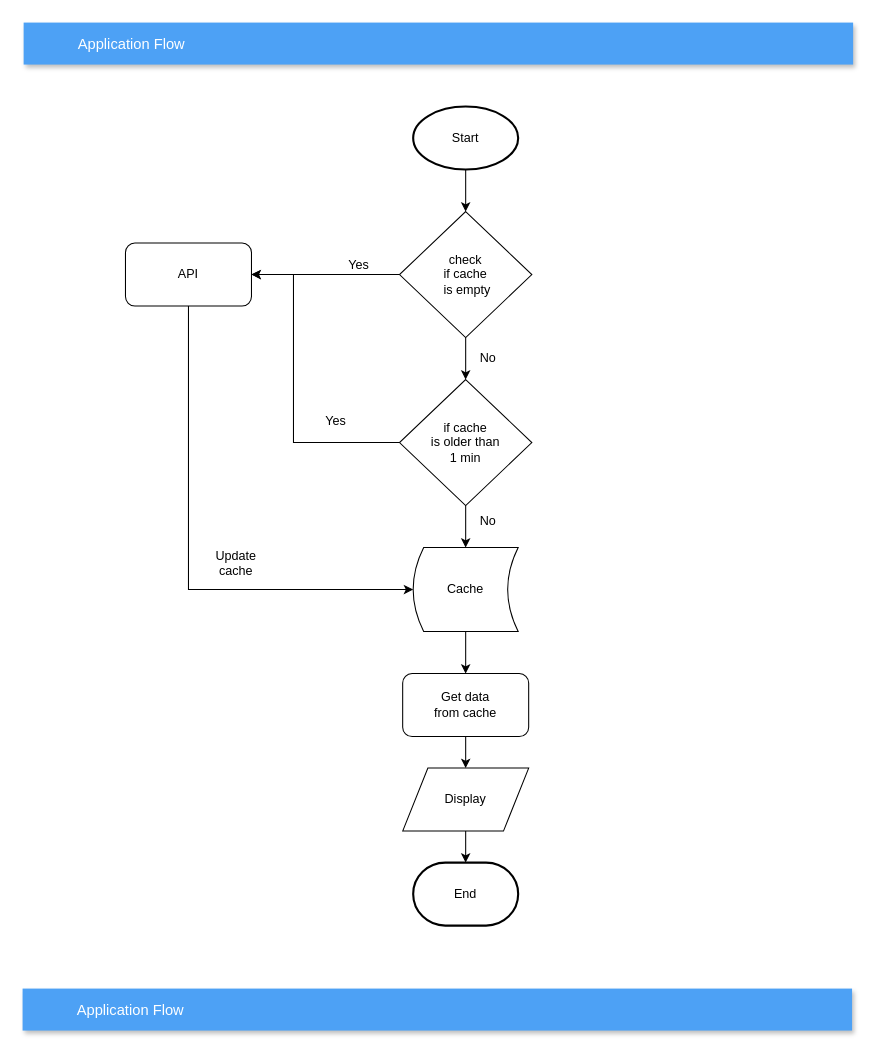
This is page "L2-Application_flow" (2 of 2) of system_architecture.drawio from sbsanjaybharti/ghibli_api, a draw.io file, before an edit. Source tidied: cells renumbered, new cells numbered last; positions are measured from the earlier drawing's top-left corner, leaving out a move shared by most shapes. Both pictures are drawn from the tidied source at 105%, with x=0, y=0 at pixel (22, 22).
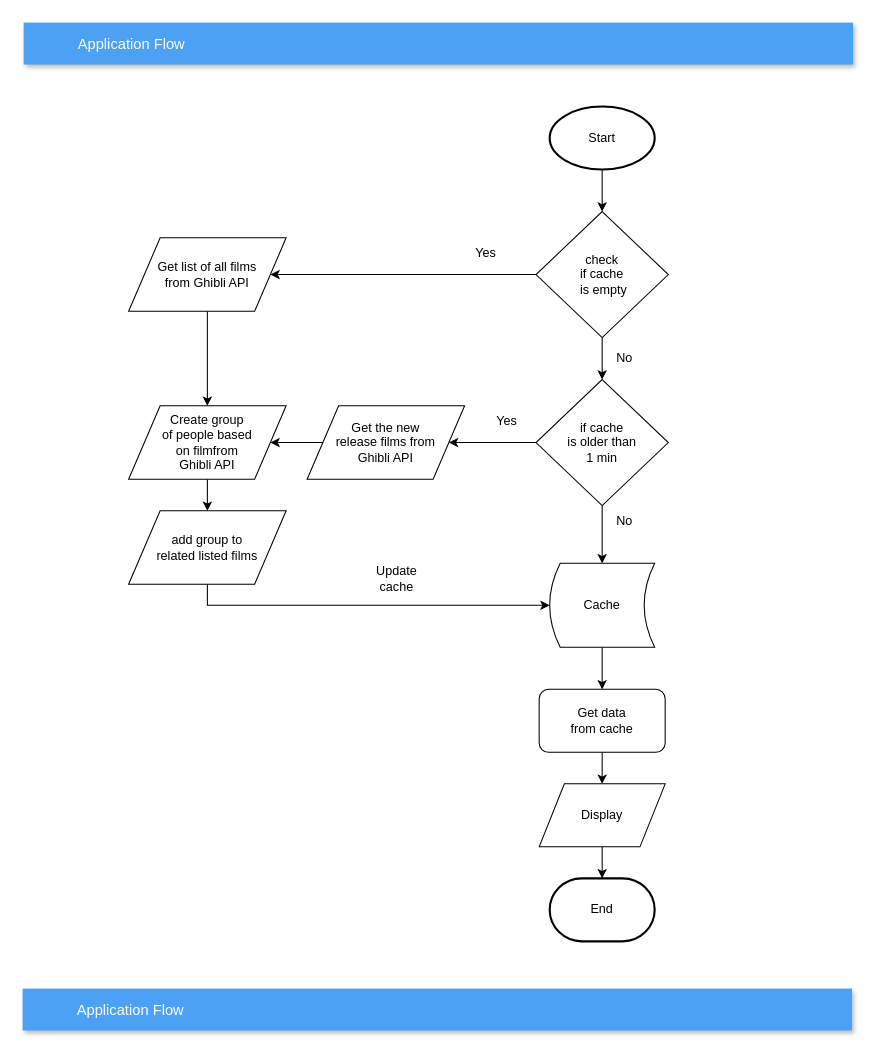
Above is the later version.

The edit, as a diff of the source:
```diff
@@
     <mxCell id="5" value="Start" style="strokeWidth=2;html=1;shape=mxgraph.flowchart.start_1;whiteSpace=wrap;" parent="1" vertex="1">
-      <mxGeometry x="372" y="80" width="100" height="60" as="geometry" />
+      <mxGeometry x="502" y="80" width="100" height="60" as="geometry" />
     </mxCell>
-    <mxCell id="6" style="edgeStyle=orthogonalEdgeStyle;rounded=0;jettySize=auto;html=1;entryX=1;entryY=0.5;entryDx=0;entryDy=0;" parent="1" edge="1" source="8" target="20">
-      <mxGeometry relative="1" as="geometry" />
-    </mxCell>
@@
+    <mxCell id="26" style="edgeStyle=orthogonalEdgeStyle;rounded=0;jettySize=auto;html=1;entryX=1;entryY=0.5;entryDx=0;entryDy=0;" parent="1" edge="1" source="8" target="33">
+      <mxGeometry relative="1" as="geometry" />
+    </mxCell>
     <mxCell id="8" value="check&lt;br&gt;if cache&lt;br&gt;&amp;nbsp;is empty" style="rhombus;whiteSpace=wrap;html=1;" parent="1" vertex="1">
-      <mxGeometry x="359" y="180" width="126" height="120" as="geometry" />
+      <mxGeometry x="489" y="180" width="126" height="120" as="geometry" />
     </mxCell>
@@
-    <mxCell id="10" style="edgeStyle=orthogonalEdgeStyle;rounded=0;jettySize=auto;html=1;entryX=1;entryY=0.5;entryDx=0;entryDy=0;" parent="1" edge="1" source="11" target="20">
-      <mxGeometry relative="1" as="geometry">
-        <Array as="points">
-          <mxPoint x="258" y="400" />
-          <mxPoint x="258" y="240" />
-        </Array>
-      </mxGeometry>
-    </mxCell>
+    <mxCell id="27" style="edgeStyle=orthogonalEdgeStyle;rounded=0;jettySize=auto;html=1;entryX=1;entryY=0.5;entryDx=0;entryDy=0;" parent="1" edge="1" source="11" target="31">
+      <mxGeometry relative="1" as="geometry" />
+    </mxCell>
     <mxCell id="11" value="if cache&lt;br&gt;is older than&lt;br&gt;1 min" style="rhombus;whiteSpace=wrap;html=1;" parent="1" vertex="1">
-      <mxGeometry x="359" y="340" width="126" height="120" as="geometry" />
+      <mxGeometry x="489" y="340" width="126" height="120" as="geometry" />
     </mxCell>
@@
     <mxCell id="13" value="Cache" style="shape=dataStorage;whiteSpace=wrap;html=1;" parent="1" vertex="1">
-      <mxGeometry x="372" y="500" width="100" height="80" as="geometry" />
+      <mxGeometry x="502" y="515" width="100" height="80" as="geometry" />
     </mxCell>
@@
     <mxCell id="15" value="Get data&lt;br&gt;from cache" style="rounded=1;whiteSpace=wrap;html=1;" parent="1" vertex="1">
-      <mxGeometry x="362" y="620" width="120" height="60" as="geometry" />
+      <mxGeometry x="492" y="635" width="120" height="60" as="geometry" />
     </mxCell>
@@
     <mxCell id="17" value="Display" style="shape=parallelogram;perimeter=parallelogramPerimeter;whiteSpace=wrap;html=1;" parent="1" vertex="1">
-      <mxGeometry x="362" y="710" width="120" height="60" as="geometry" />
+      <mxGeometry x="492" y="725" width="120" height="60" as="geometry" />
     </mxCell>
     <mxCell id="18" value="End" style="strokeWidth=2;html=1;shape=mxgraph.flowchart.terminator;whiteSpace=wrap;" parent="1" vertex="1">
-      <mxGeometry x="372" y="800" width="100" height="60" as="geometry" />
+      <mxGeometry x="502" y="815" width="100" height="60" as="geometry" />
     </mxCell>
-    <mxCell id="19" style="edgeStyle=orthogonalEdgeStyle;rounded=0;jettySize=auto;html=1;entryX=0;entryY=0.5;entryDx=0;entryDy=0;" parent="1" edge="1" source="20" target="13">
-      <mxGeometry relative="1" as="geometry">
-        <Array as="points">
-          <mxPoint x="158" y="540" />
-        </Array>
-      </mxGeometry>
+    <mxCell id="19" style="edgeStyle=orthogonalEdgeStyle;rounded=0;jettySize=auto;html=1;entryX=0;entryY=0.5;entryDx=0;entryDy=0;exitX=0.5;exitY=1;exitDx=0;exitDy=0;" parent="1" edge="1" source="34" target="13">
+      <mxGeometry relative="1" as="geometry" />
     </mxCell>
-    <mxCell id="20" value="API" style="rounded=1;whiteSpace=wrap;html=1;" parent="1" vertex="1">
-      <mxGeometry x="98" y="210" width="120" height="60" as="geometry" />
-    </mxCell>
     <mxCell id="21" value="Update&lt;br&gt;cache" style="text;html=1;align=center;verticalAlign=middle;" parent="1" vertex="1">
-      <mxGeometry x="178" y="500" width="50" height="30" as="geometry" />
+      <mxGeometry x="331" y="515" width="50" height="30" as="geometry" />
     </mxCell>
     <mxCell id="22" value="Yes" style="text;html=1;align=center;verticalAlign=middle;" parent="1" vertex="1">
-      <mxGeometry x="300" y="221" width="40" height="20" as="geometry" />
+      <mxGeometry x="421" y="210" width="40" height="20" as="geometry" />
     </mxCell>
     <mxCell id="23" value="No" style="text;html=1;align=center;verticalAlign=middle;" parent="1" vertex="1">
-      <mxGeometry x="428" y="310" width="30" height="20" as="geometry" />
+      <mxGeometry x="558" y="310" width="30" height="20" as="geometry" />
     </mxCell>
     <mxCell id="24" value="Yes" style="text;html=1;align=center;verticalAlign=middle;" parent="1" vertex="1">
-      <mxGeometry x="278" y="370" width="40" height="20" as="geometry" />
+      <mxGeometry x="441" y="370" width="40" height="20" as="geometry" />
     </mxCell>
     <mxCell id="25" value="No" style="text;html=1;align=center;verticalAlign=middle;" parent="1" vertex="1">
-      <mxGeometry x="428" y="465" width="30" height="20" as="geometry" />
+      <mxGeometry x="558" y="465" width="30" height="20" as="geometry" />
     </mxCell>
+    <mxCell id="28" style="edgeStyle=orthogonalEdgeStyle;rounded=0;jettySize=auto;html=1;" parent="1" edge="1" source="29" target="34">
+      <mxGeometry relative="1" as="geometry" />
+    </mxCell>
+    <mxCell id="29" value="Create group &lt;br&gt;of people based&lt;br&gt;&amp;nbsp;on filmfrom&amp;nbsp;&lt;br&gt;Ghibli API" style="shape=parallelogram;perimeter=parallelogramPerimeter;whiteSpace=wrap;html=1;" parent="1" vertex="1">
+      <mxGeometry x="101" y="365" width="150" height="70" as="geometry" />
+    </mxCell>
+    <mxCell id="30" style="edgeStyle=orthogonalEdgeStyle;rounded=0;jettySize=auto;html=1;entryX=1;entryY=0.5;entryDx=0;entryDy=0;" parent="1" edge="1" source="31" target="29">
+      <mxGeometry relative="1" as="geometry" />
+    </mxCell>
+    <mxCell id="31" value="Get the new &lt;br&gt;release films from&lt;br&gt;Ghibli API" style="shape=parallelogram;perimeter=parallelogramPerimeter;whiteSpace=wrap;html=1;" parent="1" vertex="1">
+      <mxGeometry x="271" y="365" width="150" height="70" as="geometry" />
+    </mxCell>
+    <mxCell id="32" style="edgeStyle=orthogonalEdgeStyle;rounded=0;jettySize=auto;html=1;entryX=0.5;entryY=0;entryDx=0;entryDy=0;" parent="1" edge="1" source="33" target="29">
+      <mxGeometry relative="1" as="geometry" />
+    </mxCell>
+    <mxCell id="33" value="Get list of all films&lt;br&gt;from Ghibli API" style="shape=parallelogram;perimeter=parallelogramPerimeter;whiteSpace=wrap;html=1;" parent="1" vertex="1">
+      <mxGeometry x="101" y="205" width="150" height="70" as="geometry" />
+    </mxCell>
+    <mxCell id="34" value="add group to&lt;br&gt;related listed films" style="shape=parallelogram;perimeter=parallelogramPerimeter;whiteSpace=wrap;html=1;" parent="1" vertex="1">
+      <mxGeometry x="101" y="465" width="150" height="70" as="geometry" />
+    </mxCell>
```
